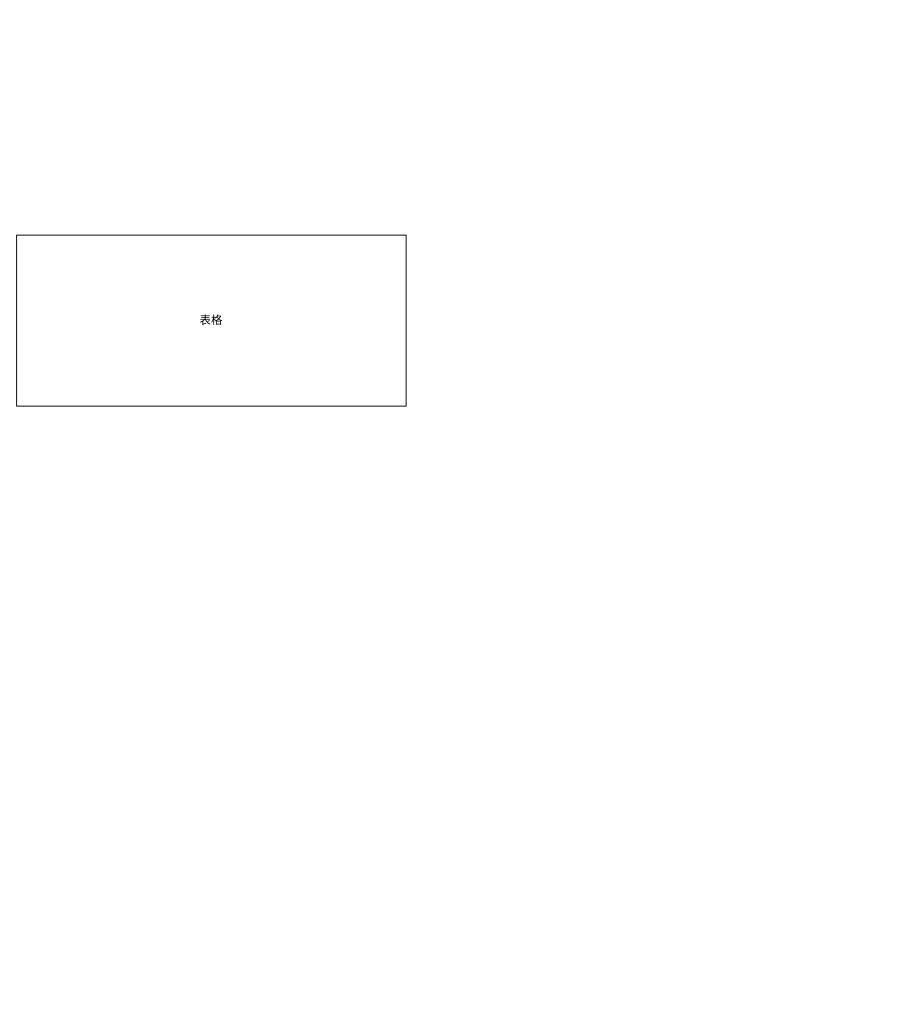
Above: 未命名绘图.drawio in ydydydq/drawIO (draw.io), before the change. Source tidied: cells renumbered, new cells numbered last; positions are measured from the earlier drawing's top-left corner, leaving out a move shared by most shapes. Both pictures are drawn from the tidied source at 95%, with x=0, y=0 at pixel (16, 235).
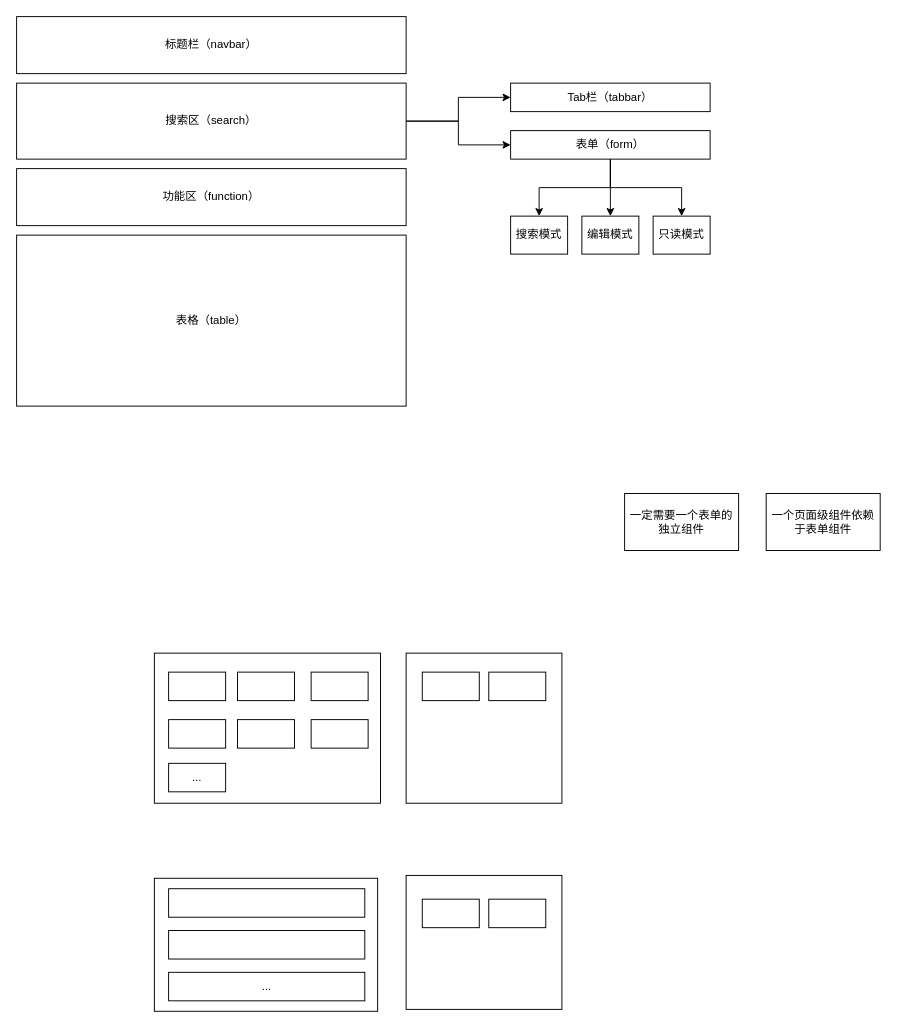
The same page after the edit.

Commit message:
更新未命名绘图.drawio

The edit, as a diff of the source:
```diff
@@
-    <mxCell id="2" value="表格" style="rounded=0;whiteSpace=wrap;html=1;" parent="1" vertex="1">
+    <mxCell id="2" value="表格（table）" style="rounded=0;whiteSpace=wrap;html=1;" parent="1" vertex="1">
       <mxGeometry width="410" height="180" as="geometry" />
     </mxCell>
+    <mxCell id="3" value="标题栏（navbar）" style="rounded=0;whiteSpace=wrap;html=1;" parent="1" vertex="1">
+      <mxGeometry y="-230" width="410" height="60" as="geometry" />
+    </mxCell>
+    <mxCell id="4" value="功能区（function）" style="rounded=0;whiteSpace=wrap;html=1;" parent="1" vertex="1">
+      <mxGeometry y="-70" width="410" height="60" as="geometry" />
+    </mxCell>
+    <mxCell id="5" style="edgeStyle=orthogonalEdgeStyle;rounded=0;jettySize=auto;html=1;" parent="1" edge="1" source="7" target="8">
+      <mxGeometry relative="1" as="geometry" />
+    </mxCell>
+    <mxCell id="6" style="edgeStyle=orthogonalEdgeStyle;rounded=0;jettySize=auto;html=1;entryX=0;entryY=0.5;entryDx=0;entryDy=0;" parent="1" edge="1" source="7" target="12">
+      <mxGeometry relative="1" as="geometry" />
+    </mxCell>
+    <mxCell id="7" value="搜索区（search）" style="rounded=0;whiteSpace=wrap;html=1;" parent="1" vertex="1">
+      <mxGeometry y="-160" width="410" height="80" as="geometry" />
+    </mxCell>
+    <mxCell id="8" value="Tab栏（tabbar）" style="rounded=0;whiteSpace=wrap;html=1;" parent="1" vertex="1">
+      <mxGeometry x="520" y="-160" width="210" height="30" as="geometry" />
+    </mxCell>
+    <mxCell id="9" style="edgeStyle=orthogonalEdgeStyle;rounded=0;jettySize=auto;html=1;" parent="1" edge="1" source="12" target="13">
+      <mxGeometry relative="1" as="geometry" />
+    </mxCell>
+    <mxCell id="10" style="edgeStyle=orthogonalEdgeStyle;rounded=0;jettySize=auto;html=1;" parent="1" edge="1" source="12" target="14">
+      <mxGeometry relative="1" as="geometry" />
+    </mxCell>
+    <mxCell id="11" style="edgeStyle=orthogonalEdgeStyle;rounded=0;jettySize=auto;html=1;" parent="1" edge="1" source="12" target="15">
+      <mxGeometry relative="1" as="geometry" />
+    </mxCell>
+    <mxCell id="12" value="表单（form）" style="rounded=0;whiteSpace=wrap;html=1;" parent="1" vertex="1">
+      <mxGeometry x="520" y="-110" width="210" height="30" as="geometry" />
+    </mxCell>
+    <mxCell id="13" value="搜索模式" style="rounded=0;whiteSpace=wrap;html=1;" parent="1" vertex="1">
+      <mxGeometry x="520" y="-20" width="60" height="40" as="geometry" />
+    </mxCell>
+    <mxCell id="14" value="编辑模式" style="rounded=0;whiteSpace=wrap;html=1;" parent="1" vertex="1">
+      <mxGeometry x="595" y="-20" width="60" height="40" as="geometry" />
+    </mxCell>
+    <mxCell id="15" value="只读模式" style="rounded=0;whiteSpace=wrap;html=1;" parent="1" vertex="1">
+      <mxGeometry x="670" y="-20" width="60" height="40" as="geometry" />
+    </mxCell>
+    <mxCell id="16" value="一定需要一个表单的独立组件" style="rounded=0;whiteSpace=wrap;html=1;" parent="1" vertex="1">
+      <mxGeometry x="640" y="272" width="120" height="60" as="geometry" />
+    </mxCell>
+    <mxCell id="17" value="一个页面级组件依赖于表单组件" style="rounded=0;whiteSpace=wrap;html=1;" parent="1" vertex="1">
+      <mxGeometry x="789" y="272" width="120" height="60" as="geometry" />
+    </mxCell>
+    <mxCell id="18" style="rounded=0;whiteSpace=wrap;html=1;" parent="1" vertex="1">
+      <mxGeometry x="145" y="440" width="238" height="158" as="geometry" />
+    </mxCell>
+    <mxCell id="19" style="rounded=0;whiteSpace=wrap;html=1;" parent="1" vertex="1">
+      <mxGeometry x="160" y="460" width="60" height="30" as="geometry" />
+    </mxCell>
+    <mxCell id="20" style="rounded=0;whiteSpace=wrap;html=1;" parent="1" vertex="1">
+      <mxGeometry x="232.5" y="460" width="60" height="30" as="geometry" />
+    </mxCell>
+    <mxCell id="21" style="rounded=0;whiteSpace=wrap;html=1;" parent="1" vertex="1">
+      <mxGeometry x="310" y="460" width="60" height="30" as="geometry" />
+    </mxCell>
+    <mxCell id="22" style="rounded=0;whiteSpace=wrap;html=1;" parent="1" vertex="1">
+      <mxGeometry x="160" y="510" width="60" height="30" as="geometry" />
+    </mxCell>
+    <mxCell id="23" style="rounded=0;whiteSpace=wrap;html=1;" parent="1" vertex="1">
+      <mxGeometry x="232.5" y="510" width="60" height="30" as="geometry" />
+    </mxCell>
+    <mxCell id="24" style="rounded=0;whiteSpace=wrap;html=1;" parent="1" vertex="1">
+      <mxGeometry x="310" y="510" width="60" height="30" as="geometry" />
+    </mxCell>
+    <mxCell id="25" style="rounded=0;whiteSpace=wrap;html=1;" parent="1" vertex="1">
+      <mxGeometry x="410" y="440" width="164" height="158" as="geometry" />
+    </mxCell>
+    <mxCell id="26" style="rounded=0;whiteSpace=wrap;html=1;" parent="1" vertex="1">
+      <mxGeometry x="145" y="677" width="235" height="140" as="geometry" />
+    </mxCell>
+    <mxCell id="27" style="rounded=0;whiteSpace=wrap;html=1;" parent="1" vertex="1">
+      <mxGeometry x="160" y="688" width="206.5" height="30" as="geometry" />
+    </mxCell>
+    <mxCell id="28" style="rounded=0;whiteSpace=wrap;html=1;" parent="1" vertex="1">
+      <mxGeometry x="427" y="460" width="60" height="30" as="geometry" />
+    </mxCell>
+    <mxCell id="29" style="rounded=0;whiteSpace=wrap;html=1;" parent="1" vertex="1">
+      <mxGeometry x="497" y="460" width="60" height="30" as="geometry" />
+    </mxCell>
+    <mxCell id="30" style="rounded=0;whiteSpace=wrap;html=1;" parent="1" vertex="1">
+      <mxGeometry x="160" y="732" width="206.5" height="30" as="geometry" />
+    </mxCell>
+    <mxCell id="31" value="..." style="rounded=0;whiteSpace=wrap;html=1;" parent="1" vertex="1">
+      <mxGeometry x="160" y="776" width="206.5" height="30" as="geometry" />
+    </mxCell>
+    <mxCell id="32" value="..." style="rounded=0;whiteSpace=wrap;html=1;" parent="1" vertex="1">
+      <mxGeometry x="160" y="556" width="60" height="30" as="geometry" />
+    </mxCell>
+    <mxCell id="33" style="rounded=0;whiteSpace=wrap;html=1;" parent="1" vertex="1">
+      <mxGeometry x="410" y="674" width="164" height="141" as="geometry" />
+    </mxCell>
+    <mxCell id="34" style="rounded=0;whiteSpace=wrap;html=1;" parent="1" vertex="1">
+      <mxGeometry x="427" y="699" width="60" height="30" as="geometry" />
+    </mxCell>
+    <mxCell id="35" style="rounded=0;whiteSpace=wrap;html=1;" parent="1" vertex="1">
+      <mxGeometry x="497" y="699" width="60" height="30" as="geometry" />
+    </mxCell>
```
